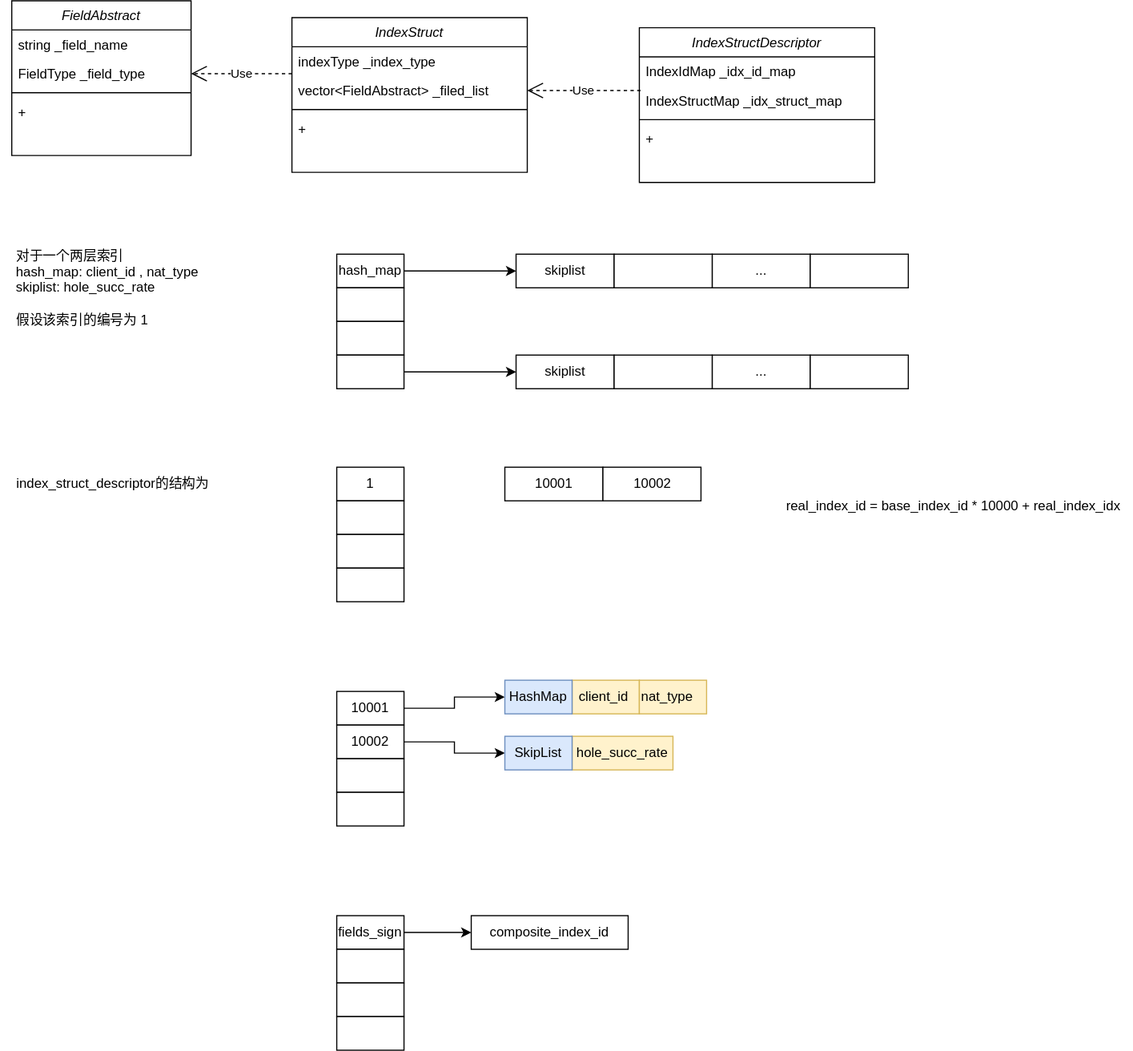
This is index_struct模块设计.drawio.svg from gaochenxi/drawio, a draw.io export, as it was before one commit. Source tidied: cells renumbered, new cells last; positions are measured from the earlier drawing's top-left corner, leaving out a move shared by most shapes.
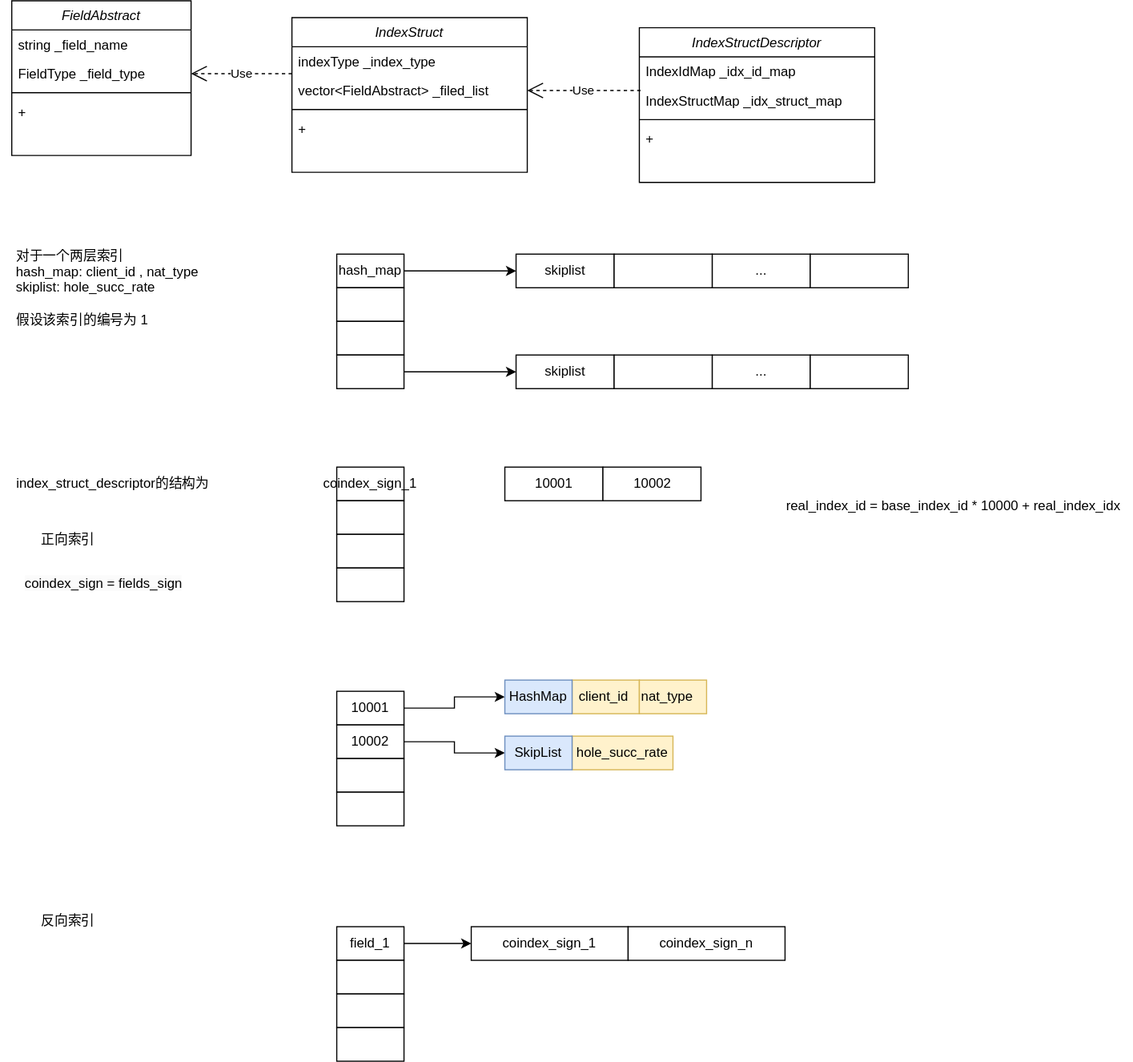
After the change.

Commit message:
更新index_struct模块设计.drawio.svg

Diff of the diagram source:
```diff
@@ -56,7 +56,7 @@
     <mxCell id="19" style="group;" parent="1" vertex="1">
       <mxGeometry x="300" y="416" width="60" height="120" as="geometry" />
     </mxCell>
-    <mxCell id="20" value="1" style="rounded=0;whiteSpace=wrap;html=1;" parent="19" vertex="1">
+    <mxCell id="20" value="coindex_sign_1" style="rounded=0;whiteSpace=wrap;html=1;" parent="19" vertex="1">
       <mxGeometry width="60" height="30" as="geometry" />
     </mxCell>
     <mxCell id="21" style="rounded=0;whiteSpace=wrap;html=1;" parent="19" vertex="1">
@@ -173,26 +173,38 @@
     <mxCell id="58" value="&lt;div style=&quot;text-align: left;&quot;&gt;real_index_id = base_index_id * 10000 + real_index_idx&lt;/div&gt;" style="text;html=1;align=center;verticalAlign=middle;strokeColor=none;fillColor=none;" parent="1" vertex="1">
       <mxGeometry x="690" y="436" width="320" height="30" as="geometry" />
     </mxCell>
-    <mxCell id="59" style="group;" parent="1" vertex="1">
-      <mxGeometry x="300" y="816" width="60" height="120" as="geometry" />
-    </mxCell>
-    <mxCell id="60" value="fields_sign" style="rounded=0;whiteSpace=wrap;html=1;" parent="59" vertex="1">
-      <mxGeometry width="60" height="30" as="geometry" />
-    </mxCell>
+    <mxCell id="66" value="&lt;div style=&quot;text-align: left;&quot;&gt;反向索引&lt;/div&gt;" style="text;html=1;align=center;verticalAlign=middle;strokeColor=none;fillColor=none;" parent="1" vertex="1">
+      <mxGeometry x="25" y="806" width="70" height="30" as="geometry" />
+    </mxCell>
+    <mxCell id="67" value="&lt;div style=&quot;text-align: left;&quot;&gt;正向索引&lt;/div&gt;" style="text;html=1;align=center;verticalAlign=middle;strokeColor=none;fillColor=none;" parent="1" vertex="1">
+      <mxGeometry x="25" y="466" width="70" height="30" as="geometry" />
+    </mxCell>
+    <mxCell id="68" style="group;" parent="1" vertex="1">
+      <mxGeometry x="300" y="826" width="60" height="120" as="geometry" />
+    </mxCell>
+    <mxCell id="69" value="field_1" style="rounded=0;whiteSpace=wrap;html=1;" parent="68" vertex="1">
+      <mxGeometry width="60" height="30" as="geometry" />
+    </mxCell>
-    <mxCell id="61" style="rounded=0;whiteSpace=wrap;html=1;" parent="59" vertex="1">
+    <mxCell id="61" style="rounded=0;whiteSpace=wrap;html=1;" parent="68" vertex="1">
       <mxGeometry y="30" width="60" height="30" as="geometry" />
     </mxCell>
-    <mxCell id="62" style="rounded=0;whiteSpace=wrap;html=1;" parent="59" vertex="1">
+    <mxCell id="62" style="rounded=0;whiteSpace=wrap;html=1;" parent="68" vertex="1">
       <mxGeometry y="60" width="60" height="30" as="geometry" />
     </mxCell>
-    <mxCell id="63" style="rounded=0;whiteSpace=wrap;html=1;" parent="59" vertex="1">
+    <mxCell id="63" style="rounded=0;whiteSpace=wrap;html=1;" parent="68" vertex="1">
       <mxGeometry y="90" width="60" height="30" as="geometry" />
     </mxCell>
-    <mxCell id="64" value="composite_index_id" style="rounded=0;whiteSpace=wrap;html=1;" parent="1" vertex="1">
-      <mxGeometry x="420" y="816" width="140" height="30" as="geometry" />
-    </mxCell>
-    <mxCell id="65" style="endArrow=classic;html=1;rounded=0;edgeStyle=elbowEdgeStyle;entryX=0;entryY=0.5;entryDx=0;entryDy=0;exitX=1;exitY=0.5;exitDx=0;exitDy=0;" parent="1" edge="1" source="60" target="64">
-      <mxGeometry relative="1" as="geometry" />
-    </mxCell>
+    <mxCell id="70" value="coindex_sign_1" style="rounded=0;whiteSpace=wrap;html=1;" parent="1" vertex="1">
+      <mxGeometry x="420" y="826" width="140" height="30" as="geometry" />
+    </mxCell>
+    <mxCell id="71" style="endArrow=classic;html=1;rounded=0;edgeStyle=elbowEdgeStyle;entryX=0;entryY=0.5;entryDx=0;entryDy=0;exitX=1;exitY=0.5;exitDx=0;exitDy=0;" parent="1" edge="1" source="69" target="70">
+      <mxGeometry relative="1" as="geometry" />
+    </mxCell>
+    <mxCell id="72" value="coindex_sign_n" style="rounded=0;whiteSpace=wrap;html=1;" parent="1" vertex="1">
+      <mxGeometry x="560" y="826" width="140" height="30" as="geometry" />
+    </mxCell>
+    <mxCell id="73" value="&lt;span style=&quot;color: rgb(0, 0, 0); font-family: Helvetica; font-size: 12px; font-style: normal; font-variant-ligatures: normal; font-variant-caps: normal; font-weight: 400; letter-spacing: normal; orphans: 2; text-align: center; text-indent: 0px; text-transform: none; widows: 2; word-spacing: 0px; -webkit-text-stroke-width: 0px; background-color: rgb(251, 251, 251); text-decoration-thickness: initial; text-decoration-style: initial; text-decoration-color: initial; float: none; display: inline !important;&quot;&gt;coindex_sign = fields_sign&lt;/span&gt;" style="text;whiteSpace=wrap;html=1;" parent="1" vertex="1">
+      <mxGeometry x="20" y="506" width="160" height="40" as="geometry" />
+    </mxCell>
   </root>
 </mxGraphModel>
```
